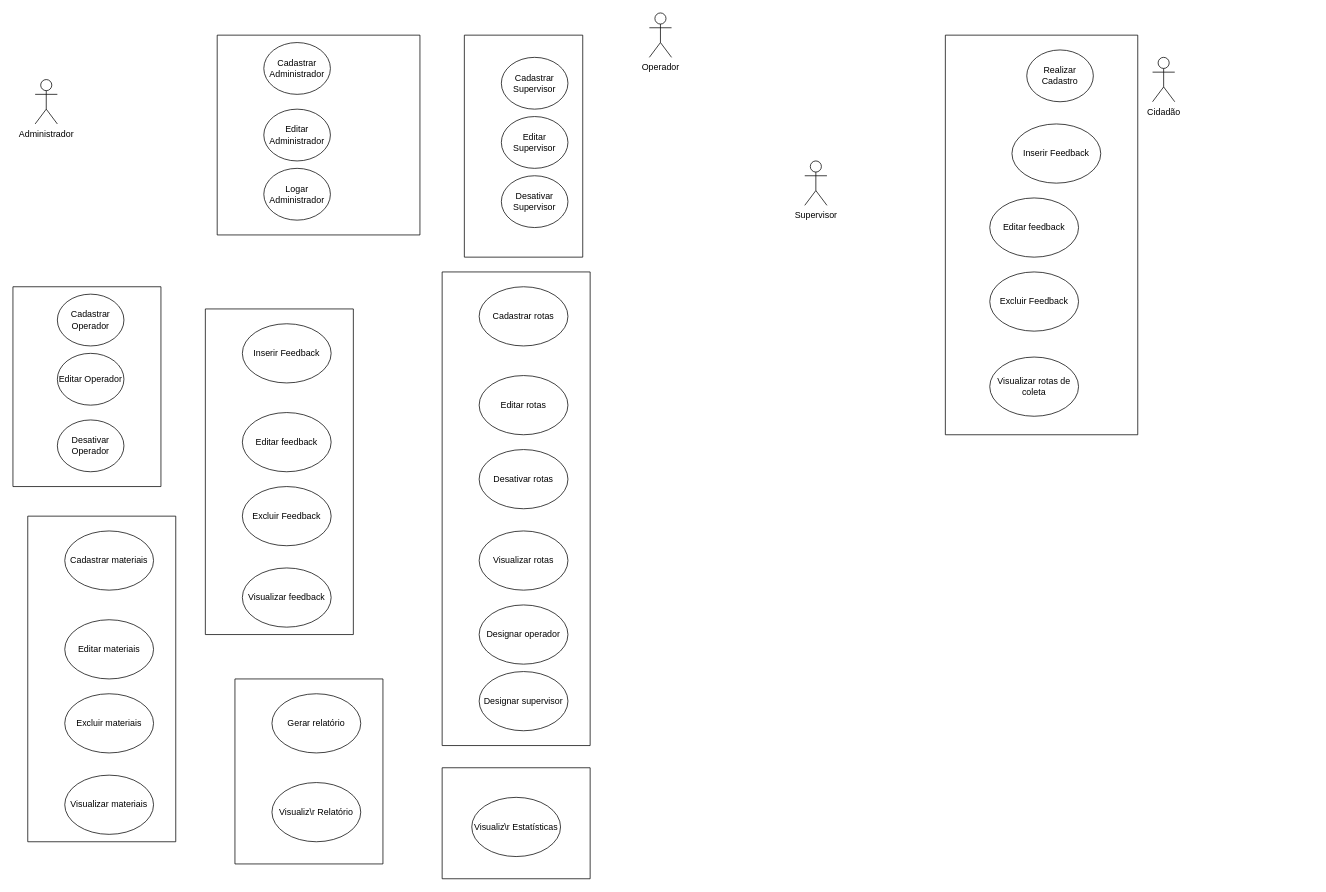
MarceloP25/Sistema-de-Gestao-de-Coleta-de-Lixo-e-Reciclaveis---LPS keeps this draw.io diagram as Caso de Uso.drawio. Above is the earlier version. Source tidied: cells renumbered, new cells numbered last; positions are measured from the earlier drawing's top-left corner, leaving out a move shared by most shapes. Both pictures are drawn from the tidied source at 74%, with x=0, y=0 at pixel (13, 13).
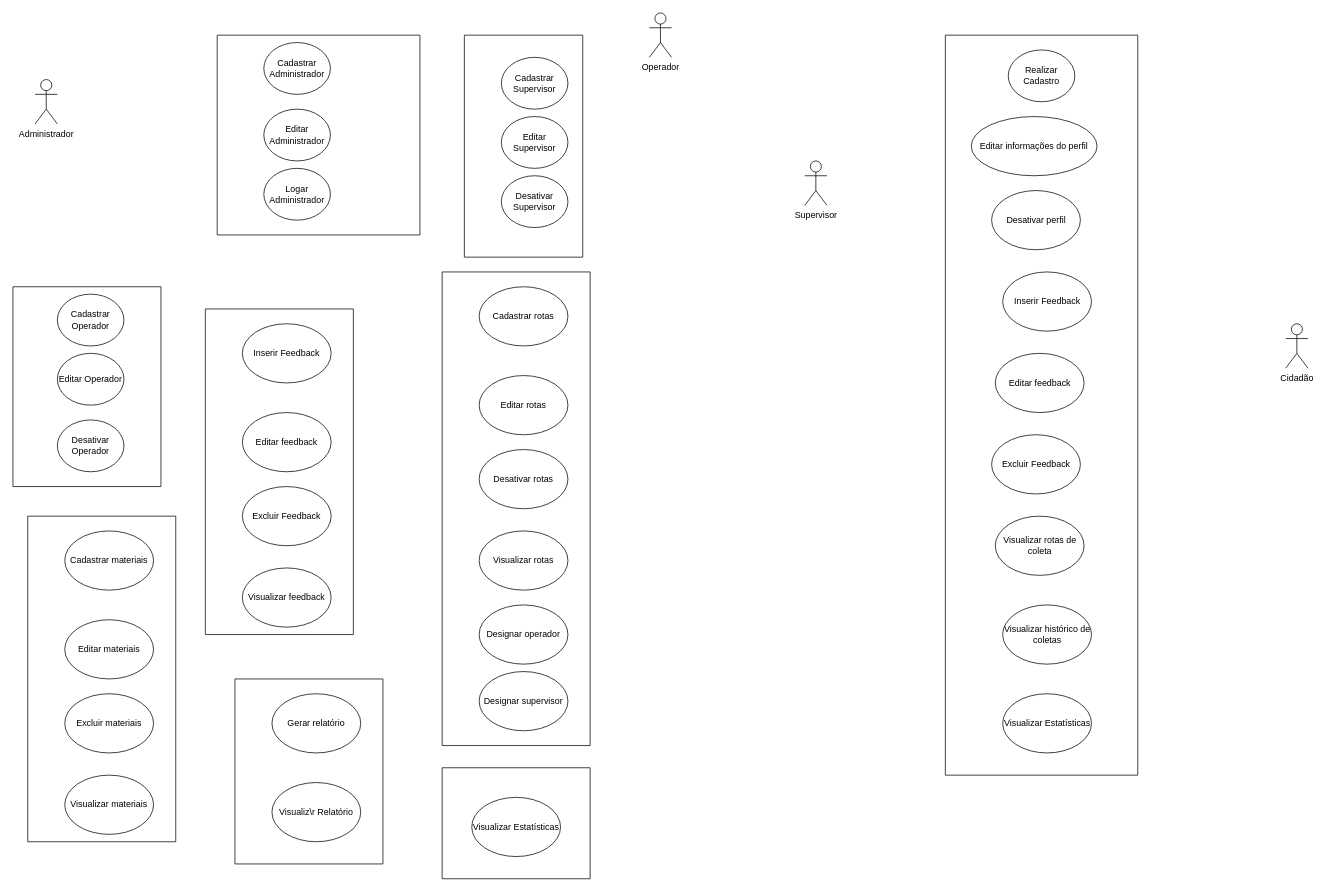
The same diagram, later.

The change refers to these unchanged cells:
```xml
<mxCell id="42" style="swimlane;startSize=0;" parent="1" vertex="1">
  <mxGeometry x="580" y="1020" width="200" height="150" as="geometry" />
</mxCell>
```

The edit, as a diff of the source:
```diff
@@
     <mxCell id="3" value="Cidadão" style="shape=umlActor;verticalLabelPosition=bottom;verticalAlign=top;html=1;" parent="1" vertex="1">
-      <mxGeometry x="1540" y="60" width="30" height="60" as="geometry" />
+      <mxGeometry x="1720" y="420" width="30" height="60" as="geometry" />
     </mxCell>
@@
-    <mxCell id="15" value="Visualizar rotas de coleta" style="ellipse;whiteSpace=wrap;html=1;" parent="1" vertex="1">
-      <mxGeometry x="1320" y="465" width="120" height="80" as="geometry" />
-    </mxCell>
-    <mxCell id="16" value="Editar feedback" style="ellipse;whiteSpace=wrap;html=1;" parent="1" vertex="1">
-      <mxGeometry x="1320" y="250" width="120" height="80" as="geometry" />
-    </mxCell>
-    <mxCell id="17" value="Excluir Feedback" style="ellipse;whiteSpace=wrap;html=1;" parent="1" vertex="1">
-      <mxGeometry x="1320" y="350" width="120" height="80" as="geometry" />
-    </mxCell>
@@
     <mxCell id="21" style="swimlane;startSize=0;" parent="1" vertex="1">
-      <mxGeometry x="1260" y="30" width="260" height="540" as="geometry" />
+      <mxGeometry x="1260" y="30" width="260" height="1000" as="geometry" />
     </mxCell>
     <mxCell id="22" value="Realizar Cadastro" style="ellipse;whiteSpace=wrap;html=1;" parent="21" vertex="1">
-      <mxGeometry x="110" y="20" width="90" height="70" as="geometry" />
+      <mxGeometry x="85" y="20" width="90" height="70" as="geometry" />
     </mxCell>
     <mxCell id="23" value="Inserir Feedback" style="ellipse;whiteSpace=wrap;html=1;" parent="21" vertex="1">
-      <mxGeometry x="90" y="120" width="120" height="80" as="geometry" />
+      <mxGeometry x="77.5" y="320" width="120" height="80" as="geometry" />
     </mxCell>
+    <mxCell id="15" value="Visualizar rotas de coleta" style="ellipse;whiteSpace=wrap;html=1;" parent="21" vertex="1">
+      <mxGeometry x="67.5" y="650" width="120" height="80" as="geometry" />
+    </mxCell>
+    <mxCell id="17" value="Excluir Feedback" style="ellipse;whiteSpace=wrap;html=1;" parent="21" vertex="1">
+      <mxGeometry x="62.5" y="540" width="120" height="80" as="geometry" />
+    </mxCell>
+    <mxCell id="16" value="Editar feedback" style="ellipse;whiteSpace=wrap;html=1;" parent="21" vertex="1">
+      <mxGeometry x="67.5" y="430" width="120" height="80" as="geometry" />
+    </mxCell>
+    <mxCell id="46" value="Editar informações do perfil" style="ellipse;whiteSpace=wrap;html=1;" parent="21" vertex="1">
+      <mxGeometry x="35" y="110" width="170" height="80" as="geometry" />
+    </mxCell>
+    <mxCell id="47" value="Desativar perfil" style="ellipse;whiteSpace=wrap;html=1;" parent="21" vertex="1">
+      <mxGeometry x="62.5" y="210" width="120" height="80" as="geometry" />
+    </mxCell>
+    <mxCell id="48" value="Visualizar histórico de coletas" style="ellipse;whiteSpace=wrap;html=1;" parent="21" vertex="1">
+      <mxGeometry x="77.5" y="770" width="120" height="80" as="geometry" />
+    </mxCell>
+    <mxCell id="49" value="Visualiza&lt;span style=&quot;background-color: initial;&quot;&gt;r Estatísticas&lt;/span&gt;" style="ellipse;whiteSpace=wrap;html=1;" parent="21" vertex="1">
+      <mxGeometry x="77.5" y="890" width="120" height="80" as="geometry" />
+    </mxCell>
@@
-    <mxCell id="43" value="Visualiz\r Estatísticas" style="ellipse;whiteSpace=wrap;html=1;" parent="42" vertex="1">
+    <mxCell id="43" value="Visualiza&lt;span style=&quot;background-color: initial;&quot;&gt;r Estatísticas&lt;/span&gt;" style="ellipse;whiteSpace=wrap;html=1;" parent="42" vertex="1">
       <mxGeometry x="40" y="40" width="120" height="80" as="geometry" />
     </mxCell>
```
